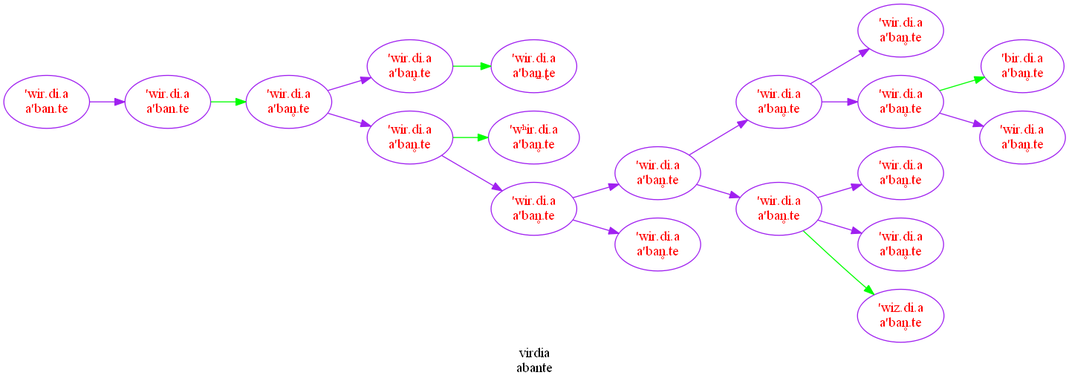
Earlier version of the Graphviz export graphe.png (MathieuDehouck/Language_Evolution). Its source is kept beside it as graphe.dot.
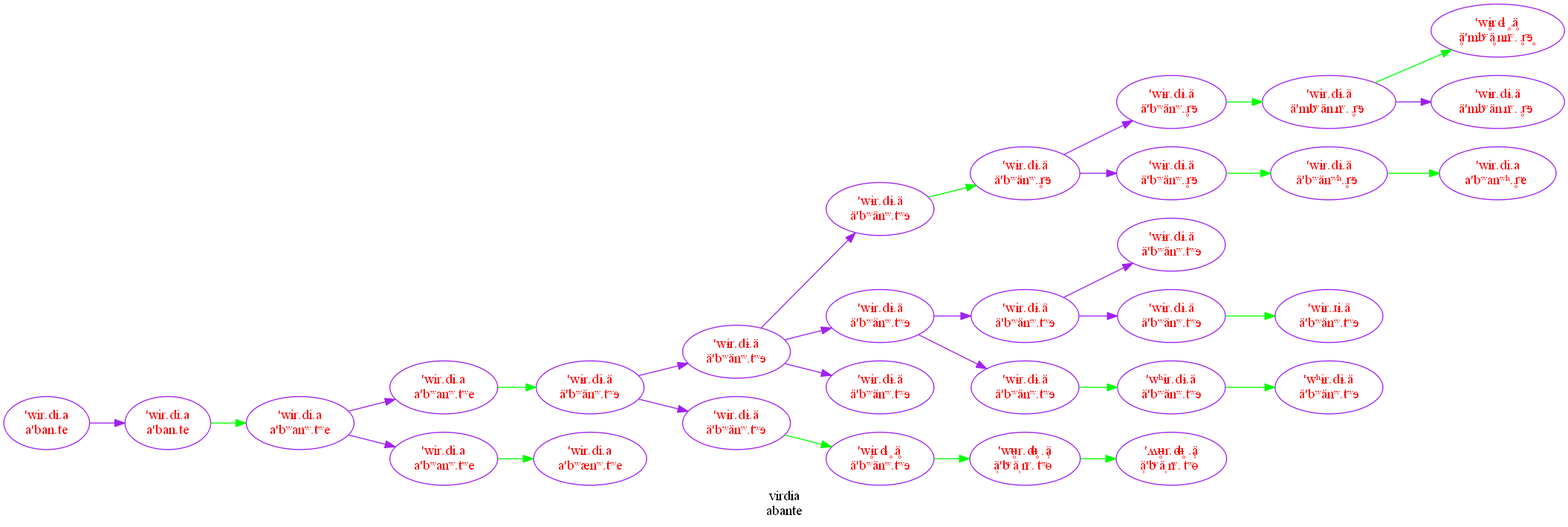
Later version of the same file.

What changed in the source:
```diff
@@ -4,60 +4,93 @@
 graph[rankdir="LR"];
 node [style="filled", fillcolor = "white"];
 edge [style="solid", color="purple"];
-0 [label="'wir.di.a
+0 [label="'wɨr.dɨ.ä
+ä'bʷänʷʰ.ɹ̥ʷɘ", fillcolor= white, color="purple",  fontcolor="red"];
+1 [label="'wir.di.a
+a'bʷænʷ.tʷe", fillcolor= white, color="purple",  fontcolor="red"];
+2 [label="'wɨ̥r.dɨ̥.ḁ̈
+ä'bʷänʷ.tʷɘ", fillcolor= white, color="purple",  fontcolor="red"];
+3 [label="'wɨr.dɨ.ä
+ä'bʷänʷ.ɹ̥ʷɘ", fillcolor= white, color="purple",  fontcolor="red"];
+4 [label="'wɨr.dɨ.ä
+ä'bʷänʷ.tʷɘ", fillcolor= white, color="purple",  fontcolor="red"];
+5 [label="'wɨr.dɨ.ä
+ä'm͜bʷän͜nʷ.ɹ̥ʷɘ", fillcolor= white, color="purple",  fontcolor="red"];
+6 [label="'wɨr.dɨ.ä
+ä'bʷänʷ.ɹ̥ʷɘ", fillcolor= white, color="purple",  fontcolor="red"];
+7 [label="'wʉ̥r.dʉ̥.ä̹̥
+ä̹'bʷä̹nʷ.tʷɵ", fillcolor= white, color="purple",  fontcolor="red"];
+8 [label="'wɨr.dɨ.ä
+ä'bʷänʷ.tʷɘ", fillcolor= white, color="purple",  fontcolor="red"];
+9 [label="'wɨr.dɨ.ä
+ä'bʷänʷ.tʷɘ", fillcolor= white, color="purple",  fontcolor="red"];
+10 [label="'wɨr.dɨ.ä
+ä'bʷänʷ.tʷɘ", fillcolor= white, color="purple",  fontcolor="red"];
+11 [label="'wir.di.a
+a'bʷanʷ.tʷe", fillcolor= white, color="purple",  fontcolor="red"];
+12 [label="'wir.di.a
+a'bʷanʷ.tʷe", fillcolor= white, color="purple",  fontcolor="red"];
+13 [label="'wɨr.dɨ.ä
+ä'bʷänʷ.tʷɘ", fillcolor= white, color="purple",  fontcolor="red"];
+14 [label="'wɨr.dɨ.ä
+ä'bʷänʷ.ɹ̥ʷɘ", fillcolor= white, color="purple",  fontcolor="red"];
+15 [label="'wir.di.a
+a'bʷanʷ.tʷe", fillcolor= white, color="purple",  fontcolor="red"];
+16 [label="'wɨr.dɨ.ä
+ä'bʷänʷ.tʷɘ", fillcolor= white, color="purple",  fontcolor="red"];
+17 [label="'ʍʉ̥r.dʉ̥.ä̹̥
+ä̹'bʷä̹nʷ.tʷɵ", fillcolor= white, color="purple",  fontcolor="red"];
+18 [label="'wɨr.dɨ.ä
+ä'bʷänʷ.tʷɘ", fillcolor= white, color="purple",  fontcolor="red"];
+19 [label="'wʰɨr.dɨ.ä
+ä'bʷänʷ.tʷɘ", fillcolor= white, color="purple",  fontcolor="red"];
+20 [label="'wɨr.dɨ.ä
+ä'bʷänʷ.tʷɘ", fillcolor= white, color="purple",  fontcolor="red"];
+21 [label="'wɨr.ɹɨ.ä
+ä'bʷänʷ.tʷɘ", fillcolor= white, color="purple",  fontcolor="red"];
+22 [label="'wir.di.a
 a'ban.te", fillcolor= white, color="purple",  fontcolor="red"];
-1 [label="'wir.di.a
+23 [label="'wɨr.dɨ.ä
+ä'bʷänʷ.tʷɘ", fillcolor= white, color="purple",  fontcolor="red"];
+24 [label="'wir.di.a
+a'bʷanʷʰ.ɹ̥ʷe", fillcolor= white, color="purple",  fontcolor="red"];
+25 [label="'wir.di.a
 a'ban.te", fillcolor= white, color="purple",  fontcolor="red"];
-2 [label="'wʰir.di.a
-a'ban̥.te", fillcolor= white, color="purple",  fontcolor="red"];
-3 [label="'wir.di.a
-a'ban̥.te", fillcolor= white, color="purple",  fontcolor="red"];
-4 [label="'bir.di.a
-a'ban̥.te", fillcolor= white, color="purple",  fontcolor="red"];
-5 [label="'wir.di.a
-a'ban̥.te", fillcolor= white, color="purple",  fontcolor="red"];
-6 [label="'wir.di.a
-a'ban̥.te", fillcolor= white, color="purple",  fontcolor="red"];
-7 [label="'wir.di.a
-a'ban̥.te", fillcolor= white, color="purple",  fontcolor="red"];
-8 [label="'wir.di.a
-a'ban̥.te", fillcolor= white, color="purple",  fontcolor="red"];
-9 [label="'wir.di.a
-a'ban̥.te", fillcolor= white, color="purple",  fontcolor="red"];
-10 [label="'wir.di.a
-a'ban̥.te", fillcolor= white, color="purple",  fontcolor="red"];
-11 [label="'wir.di.a
-a'ban̠̥.ʈ̟e", fillcolor= white, color="purple",  fontcolor="red"];
-12 [label="'wir.di.a
-a'ban̥.te", fillcolor= white, color="purple",  fontcolor="red"];
-13 [label="'wir.di.a
-a'ban̥.te", fillcolor= white, color="purple",  fontcolor="red"];
-14 [label="'wir.di.a
-a'ban̥.te", fillcolor= white, color="purple",  fontcolor="red"];
-15 [label="'wiz.di.a
-a'ban̥.te", fillcolor= white, color="purple",  fontcolor="red"];
-16 [label="'wir.di.a
-a'ban̥.te", fillcolor= white, color="purple",  fontcolor="red"];
-17 [label="'wir.di.a
-a'ban̥.te", fillcolor= white, color="purple",  fontcolor="red"];
-18 [label="'wir.di.a
-a'ban̥.te", fillcolor= white, color="purple",  fontcolor="red"];
-1 -> 5[style="solid", color="green"];
-0 -> 1;
-5 -> 18;
-18 -> 12;
-12 -> 6;
-6 -> 16;
-6 -> 13;
-13 -> 17;
-16 -> 15[style="solid", color="green"];
-16 -> 7;
-16 -> 8;
-17 -> 4[style="solid", color="green"];
-17 -> 9;
-13 -> 3;
-12 -> 14;
-18 -> 2[style="solid", color="green"];
-10 -> 11[style="solid", color="green"];
-5 -> 10;
+26 [label="'wɨr.dɨ.ä
+ä'bʷänʷ.tʷɘ", fillcolor= white, color="purple",  fontcolor="red"];
+27 [label="'wɨ̥r.dɨ̥.ḁ̈
+ḁ̈'m͜bʷḁ̈n͜nʷ.ɹ̥ʷɘ̥", fillcolor= white, color="purple",  fontcolor="red"];
+28 [label="'wʰɨr.dɨ.ä
+ä'bʷänʷ.tʷɘ", fillcolor= white, color="purple",  fontcolor="red"];
+29 [label="'wɨr.dɨ.ä
+ä'm͜bʷän͜nʷ.ɹ̥ʷɘ", fillcolor= white, color="purple",  fontcolor="red"];
+25 -> 15[style="solid", color="green"];
+22 -> 25;
+11 -> 13[style="solid", color="green"];
+15 -> 11;
+13 -> 8;
+8 -> 18;
+18 -> 9;
+16 -> 3[style="solid", color="green"];
+8 -> 16;
+6 -> 5[style="solid", color="green"];
+3 -> 6;
+9 -> 4;
+10 -> 21[style="solid", color="green"];
+9 -> 10;
+28 -> 19[style="solid", color="green"];
+20 -> 28[style="solid", color="green"];
+18 -> 20;
+5 -> 29;
+5 -> 27[style="solid", color="green"];
+0 -> 24[style="solid", color="green"];
+14 -> 0[style="solid", color="green"];
+3 -> 14;
+8 -> 26;
+7 -> 17[style="solid", color="green"];
+2 -> 7[style="solid", color="green"];
+23 -> 2[style="solid", color="green"];
+13 -> 23;
+12 -> 1[style="solid", color="green"];
+15 -> 12;
 }
```
